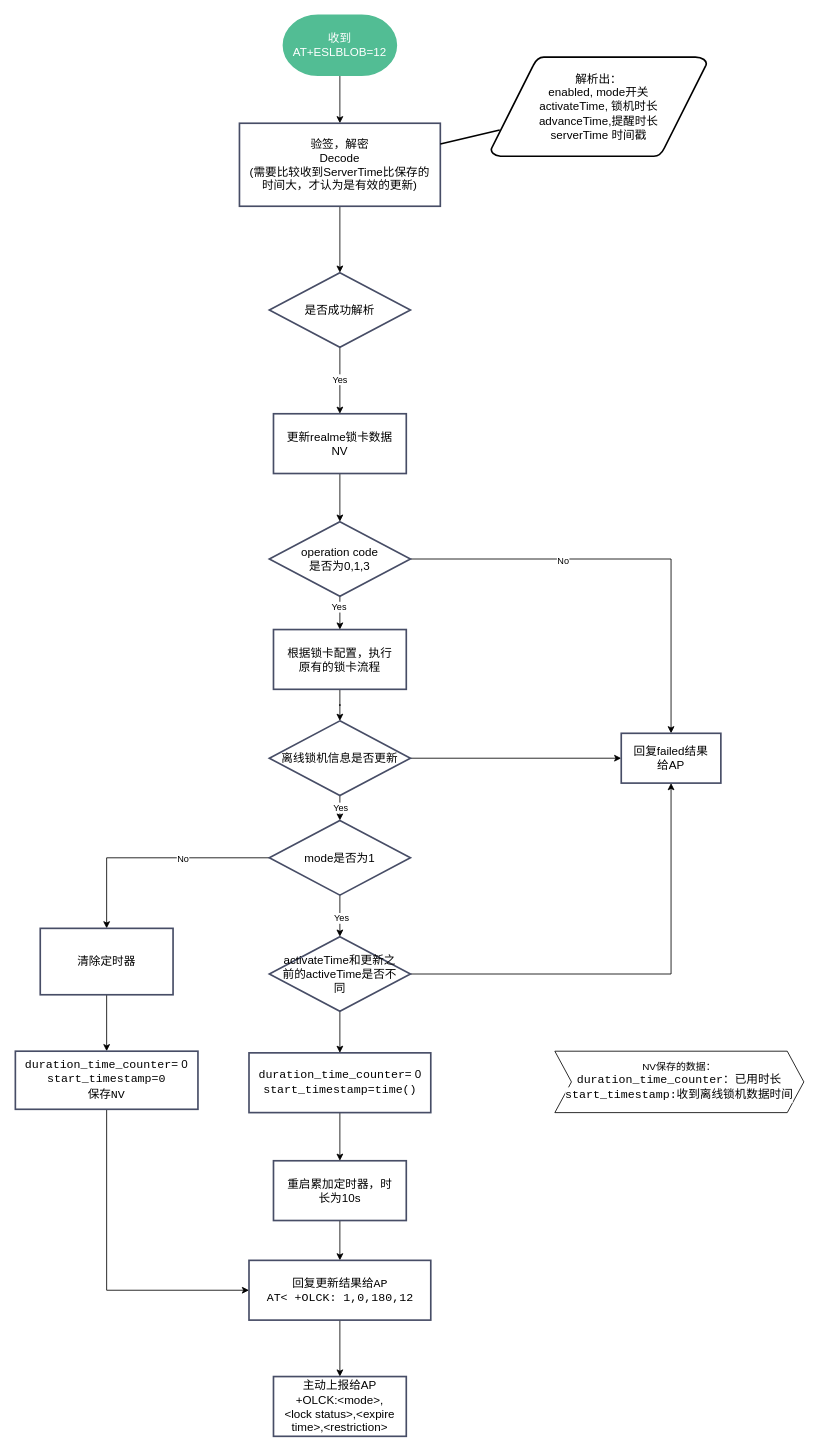
Above: offlinelock.drawio in yangzetuoyuan/yangzetuoyuan.github.io (draw.io), before the change. Source tidied: cells renumbered, new cells numbered last; positions are measured from the earlier drawing's top-left corner, leaving out a move shared by most shapes. Both pictures are drawn from the tidied source at 83%, with x=0, y=0 at pixel (15, 15).
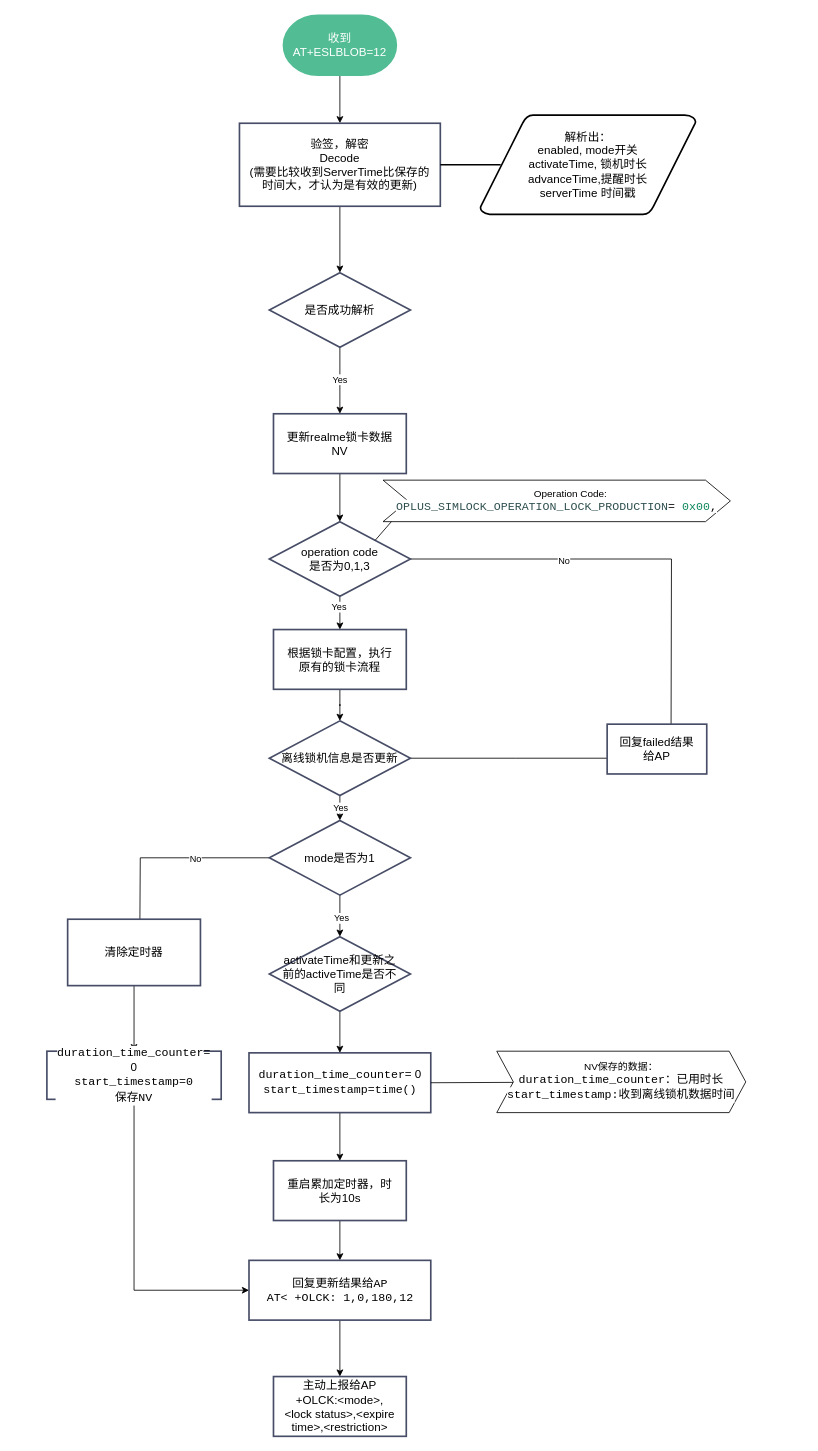
Above is the later version.

Unchanged cells that the change refers to:
```xml
<mxCell id="5" value="验签，解密&lt;br&gt;Decode&lt;br&gt;(需要比较收到ServerTime比保存的时间大，才认为是有效的更新)" style="fontSize=14;spacingLeft=10;spacingRight=10;zwfType=basicShape;rounded=0;strokeWidth=2;strokeColor=#474D66;whiteSpace=wrap;html=1;" parent="1" vertex="1">
  <mxGeometry x="270" y="130" width="242" height="100" as="geometry" />
</mxCell>
<mxCell id="17" value="operation code&lt;br&gt;是否为0,1,3" style="fontSize=14;spacingLeft=10;spacingRight=10;zwfType=basicShape;strokeWidth=2;rhombus;whiteSpace=wrap;html=1;strokeColor=#474D66;" parent="1" vertex="1">
  <mxGeometry x="306" y="610" width="170" height="90" as="geometry" />
</mxCell>
<mxCell id="21" value="离线锁机信息是否更新" style="fontSize=14;spacingLeft=10;spacingRight=10;zwfType=basicShape;strokeWidth=2;rhombus;whiteSpace=wrap;html=1;strokeColor=#474D66;" parent="1" vertex="1">
  <mxGeometry x="306" y="850" width="170" height="90" as="geometry" />
</mxCell>
<mxCell id="25" value="&lt;span style=&quot;background-color: rgb(255, 255, 255); font-family: Consolas, &amp;quot;Courier New&amp;quot;, monospace; white-space: pre;&quot;&gt;duration_time_counter&lt;/span&gt;= 0&lt;div&gt;&lt;div style=&quot;background-color: rgb(255, 255, 255); font-family: Consolas, &amp;quot;Courier New&amp;quot;, monospace; line-height: 19px; white-space: pre;&quot;&gt;start_timestamp=time()&lt;/div&gt;&lt;/div&gt;" style="fontSize=14;spacingLeft=10;spacingRight=10;zwfType=basicShape;rounded=0;strokeWidth=2;strokeColor=#474D66;whiteSpace=wrap;html=1;" parent="1" vertex="1">
  <mxGeometry x="281.5" y="1250" width="219" height="72" as="geometry" />
</mxCell>
<mxCell id="32" value="mode是否为1" style="fontSize=14;spacingLeft=10;spacingRight=10;zwfType=basicShape;strokeWidth=2;rhombus;whiteSpace=wrap;html=1;strokeColor=#474D66;" parent="1" vertex="1">
  <mxGeometry x="306" y="970" width="170" height="90" as="geometry" />
</mxCell>
<mxCell id="35" value="activateTime和更新之前的activeTime是否不同" style="fontSize=14;spacingLeft=10;spacingRight=10;zwfType=basicShape;strokeWidth=2;rhombus;whiteSpace=wrap;html=1;strokeColor=#474D66;" parent="1" vertex="1">
  <mxGeometry x="306" y="1110" width="170" height="90" as="geometry" />
</mxCell>
```

Change to the diagram source:
```diff
@@
     <mxCell id="6" value="&lt;span&gt;解析出：&lt;/span&gt;&lt;br&gt;&lt;span&gt;enabled, mode开关&lt;br&gt;activateTime, 锁机时长&lt;br&gt;advanceTime,提醒时长&lt;br&gt;serverTime 时间戳&lt;/span&gt;" style="fontSize=14;spacingLeft=10;spacingRight=10;zwfType=basicShape;shape=mxgraph.flowchart.data;html=1;strokeWidth=2;perimeter=parallelogramPerimeter;whiteSpace=wrap;rounded=1;arcSize=12;size=0.23;" parent="1" vertex="1">
-      <mxGeometry x="573" y="50" width="260" height="120" as="geometry" />
+      <mxGeometry x="560" y="120" width="260" height="120" as="geometry" />
     </mxCell>
-    <mxCell id="7" style="spacingLeft=10;spacingRight=10;zwfType=line;endArrow=none;html=1;startSize=14;endSize=14;strokeLinecap=round;sourcePerimeterSpacing=8;targetPerimeterSpacing=8;strokeWidth=2;exitX=1;exitY=0.25;exitDx=0;exitDy=0;" parent="1" edge="1" source="5" target="6">
+    <mxCell id="7" style="spacingLeft=10;spacingRight=10;zwfType=line;endArrow=none;html=1;startSize=14;endSize=14;strokeLinecap=round;sourcePerimeterSpacing=8;targetPerimeterSpacing=8;strokeWidth=2;exitX=1;exitY=0.5;exitDx=0;exitDy=0;entryX=0.095;entryY=0.5;entryDx=0;entryDy=0;entryPerimeter=0;" parent="1" edge="1" source="5" target="6">
       <mxGeometry relative="1" as="geometry" />
     </mxCell>
@@
-    <mxCell id="15" style="edgeStyle=orthogonalEdgeStyle;rounded=0;jettySize=auto;html=1;" parent="1" edge="1" source="17" target="44">
-      <mxGeometry relative="1" as="geometry" />
+    <mxCell id="15" style="edgeStyle=orthogonalEdgeStyle;rounded=0;jettySize=auto;html=1;" parent="1" edge="1" source="17">
+      <mxGeometry relative="1" as="geometry">
+        <mxPoint x="790" y="865" as="targetPoint" />
+      </mxGeometry>
     </mxCell>
@@
-    <mxCell id="20" style="edgeStyle=orthogonalEdgeStyle;rounded=0;jettySize=auto;html=1;exitX=1;exitY=0.5;exitDx=0;exitDy=0;entryX=0;entryY=0.5;entryDx=0;entryDy=0;" parent="1" edge="1" source="21" target="44">
-      <mxGeometry relative="1" as="geometry" />
+    <mxCell id="20" style="edgeStyle=orthogonalEdgeStyle;rounded=0;jettySize=auto;html=1;exitX=1;exitY=0.5;exitDx=0;exitDy=0;entryX=0;entryY=0.5;entryDx=0;entryDy=0;" parent="1" edge="1" source="21">
+      <mxGeometry relative="1" as="geometry">
+        <mxPoint x="730" y="895" as="targetPoint" />
+      </mxGeometry>
     </mxCell>
@@
-    <mxCell id="30" style="edgeStyle=orthogonalEdgeStyle;rounded=0;jettySize=auto;html=1;" parent="1" edge="1" source="32" target="41">
-      <mxGeometry relative="1" as="geometry" />
+    <mxCell id="30" style="edgeStyle=orthogonalEdgeStyle;rounded=0;jettySize=auto;html=1;" parent="1" edge="1" source="32">
+      <mxGeometry relative="1" as="geometry">
+        <mxPoint x="150" y="1100" as="targetPoint" />
+      </mxGeometry>
     </mxCell>
@@
-    <mxCell id="34" style="edgeStyle=orthogonalEdgeStyle;rounded=0;jettySize=auto;html=1;exitX=1;exitY=0.5;exitDx=0;exitDy=0;entryX=0.5;entryY=1;entryDx=0;entryDy=0;" parent="1" edge="1" source="35" target="44">
-      <mxGeometry relative="1" as="geometry" />
-    </mxCell>
@@
     <mxCell id="39" value="NV保存的数据：&lt;div&gt;&lt;span style=&quot;font-size: 14px; background-color: rgb(255, 255, 255); font-family: Consolas, &amp;quot;Courier New&amp;quot;, monospace; white-space: pre;&quot;&gt;duration_time_counter&lt;/span&gt;&lt;span style=&quot;font-size: 14px;&quot;&gt;：已用时长&lt;/span&gt;&lt;div style=&quot;font-size: 14px;&quot;&gt;&lt;div style=&quot;background-color: rgb(255, 255, 255); font-family: Consolas, &amp;quot;Courier New&amp;quot;, monospace; line-height: 19px; white-space: pre;&quot;&gt;start_timestamp:收到离线锁机数据时间&lt;/div&gt;&lt;/div&gt;&lt;/div&gt;" style="shape=step;perimeter=stepPerimeter;whiteSpace=wrap;html=1;fixedSize=1;" parent="1" vertex="1">
-      <mxGeometry x="650" y="1248" width="300" height="74" as="geometry" />
+      <mxGeometry x="580" y="1248" width="300" height="74" as="geometry" />
     </mxCell>
-    <mxCell id="40" style="edgeStyle=orthogonalEdgeStyle;rounded=0;jettySize=auto;html=1;" parent="1" edge="1" source="41" target="43">
+    <mxCell id="40" style="edgeStyle=orthogonalEdgeStyle;rounded=0;jettySize=auto;html=1;exitX=0.5;exitY=1;exitDx=0;exitDy=0;entryX=0.5;entryY=0;entryDx=0;entryDy=0;" parent="1" edge="1" source="41" target="43">
       <mxGeometry relative="1" as="geometry" />
     </mxCell>
     <mxCell id="41" value="清除定时器" style="whiteSpace=wrap;html=1;fontSize=14;strokeColor=#474D66;spacingLeft=10;spacingRight=10;strokeWidth=2;" parent="1" vertex="1">
-      <mxGeometry x="30" y="1100" width="160" height="80" as="geometry" />
+      <mxGeometry x="63" y="1089" width="160" height="80" as="geometry" />
     </mxCell>
@@
     <mxCell id="43" value="&lt;span style=&quot;background-color: rgb(255, 255, 255); font-family: Consolas, &amp;quot;Courier New&amp;quot;, monospace; white-space: pre;&quot;&gt;duration_time_counter&lt;/span&gt;= 0&lt;div&gt;&lt;div style=&quot;background-color: rgb(255, 255, 255); font-family: Consolas, &amp;quot;Courier New&amp;quot;, monospace; line-height: 19px; white-space: pre;&quot;&gt;start_timestamp=0&lt;/div&gt;&lt;/div&gt;&lt;div style=&quot;background-color: rgb(255, 255, 255); font-family: Consolas, &amp;quot;Courier New&amp;quot;, monospace; line-height: 19px; white-space: pre;&quot;&gt;保存NV&lt;/div&gt;" style="whiteSpace=wrap;html=1;fontSize=14;strokeColor=#474D66;spacingLeft=10;spacingRight=10;strokeWidth=2;" parent="1" vertex="1">
-      <mxGeometry y="1248" width="220" height="70" as="geometry" />
+      <mxGeometry x="38" y="1248" width="210" height="58" as="geometry" />
     </mxCell>
     <mxCell id="44" value="回复failed结果给AP" style="whiteSpace=wrap;html=1;fontSize=14;strokeColor=#474D66;spacingLeft=10;spacingRight=10;strokeWidth=2;" parent="1" vertex="1">
-      <mxGeometry x="730" y="865" width="120" height="60" as="geometry" />
+      <mxGeometry x="713" y="854" width="120" height="60" as="geometry" />
     </mxCell>
+    <mxCell id="45" style="endArrow=none;html=1;rounded=0;entryX=1;entryY=0.5;entryDx=0;entryDy=0;" parent="1" edge="1" source="39" target="25">
+      <mxGeometry relative="1" as="geometry" />
+    </mxCell>
+    <mxCell id="46" value="&lt;div style=&quot;&quot;&gt;&lt;span style=&quot;background-color: initial;&quot;&gt;&amp;nbsp; &amp;nbsp; &amp;nbsp; &amp;nbsp; &amp;nbsp; Operation Code:&lt;/span&gt;&lt;/div&gt;&lt;div style=&quot;&quot;&gt;&lt;span style=&quot;background-color: rgb(255, 255, 255); font-family: Consolas, &amp;quot;Courier New&amp;quot;, monospace; font-size: 14px; white-space: pre; color: rgb(47, 79, 79);&quot;&gt;OPLUS_SIMLOCK_OPERATION_LOCK_PRODUCTION&lt;/span&gt;&lt;span style=&quot;background-color: rgb(255, 255, 255); font-family: Consolas, &amp;quot;Courier New&amp;quot;, monospace; font-size: 14px; white-space: pre;&quot;&gt;= &lt;/span&gt;&lt;span style=&quot;background-color: rgb(255, 255, 255); font-family: Consolas, &amp;quot;Courier New&amp;quot;, monospace; font-size: 14px; white-space: pre; color: rgb(9, 134, 88);&quot;&gt;0x00&lt;/span&gt;&lt;span style=&quot;background-color: rgb(255, 255, 255); font-family: Consolas, &amp;quot;Courier New&amp;quot;, monospace; font-size: 14px; white-space: pre;&quot;&gt;,&lt;/span&gt;&lt;/div&gt;" style="shape=step;perimeter=stepPerimeter;whiteSpace=wrap;html=1;fixedSize=1;align=center;size=30;labelBorderColor=none;labelPosition=center;verticalLabelPosition=middle;verticalAlign=middle;" parent="1" vertex="1">
+      <mxGeometry x="443" y="560" width="418.5" height="50" as="geometry" />
+    </mxCell>
+    <mxCell id="47" style="endArrow=none;html=1;rounded=0;exitX=1;exitY=0;exitDx=0;exitDy=0;entryX=0.024;entryY=1;entryDx=0;entryDy=0;entryPerimeter=0;" parent="1" edge="1" source="17" target="46">
+      <mxGeometry relative="1" as="geometry" />
+    </mxCell>
```
